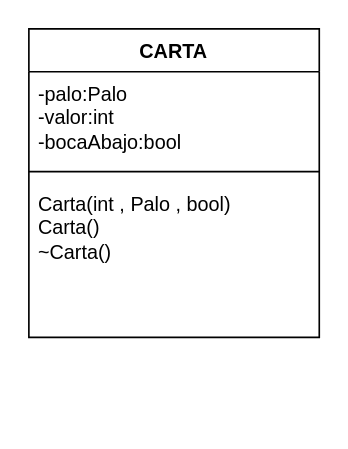
Above: Proyecto p1 Blackjack/Diagrama sin título.drawio in KathSSs/Proyecto-p1-Blackjack (draw.io), before the change. Source tidied: cells renumbered, new cells numbered last; positions are measured from the earlier drawing's top-left corner, leaving out a move shared by most shapes. Both pictures are drawn from the tidied source at 165%, with x=0, y=0 at pixel (28, 28).
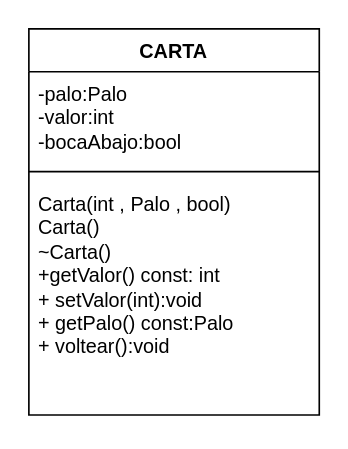
The same page after the edit.

What changed in the source:
```diff
@@
 <mxGraphModel>
   <root>
     <mxCell id="0" />
     <mxCell id="1" parent="0" />
     <mxCell id="2" value="CARTA" style="swimlane;fontStyle=1;align=center;verticalAlign=top;horizontal=1;startSize=26;whiteSpace=wrap;html=1;" parent="1" vertex="1">
-      <mxGeometry width="176" height="187" as="geometry" />
+      <mxGeometry width="176" height="234" as="geometry" />
     </mxCell>
     <mxCell id="3" value="-palo:Palo&lt;br&gt;-valor:int&amp;nbsp;&lt;br&gt;-bocaAbajo:bool" style="text;strokeColor=none;fillColor=none;align=left;verticalAlign=top;spacingLeft=4;spacingRight=4;overflow=hidden;whiteSpace=wrap;html=1;" parent="2" vertex="1">
       <mxGeometry y="26" width="176" height="54" as="geometry" />
     </mxCell>
     <mxCell id="4" style="line;strokeWidth=1;fillColor=none;align=left;verticalAlign=middle;spacingTop=-1;spacingLeft=3;spacingRight=3;labelPosition=right;strokeColor=inherit;" parent="2" vertex="1">
       <mxGeometry y="80" width="176" height="13" as="geometry" />
     </mxCell>
-    <mxCell id="5" value="&lt;div&gt;Carta(int , Palo , bool)&lt;/div&gt;&lt;div&gt;Carta()&lt;/div&gt;&lt;div&gt;~Carta()&lt;/div&gt;" style="text;strokeColor=none;fillColor=none;align=left;verticalAlign=top;spacingLeft=4;spacingRight=4;overflow=hidden;whiteSpace=wrap;html=1;" parent="2" vertex="1">
-      <mxGeometry y="93" width="176" height="94" as="geometry" />
+    <mxCell id="5" value="&lt;div&gt;Carta(int , Palo , bool)&lt;/div&gt;&lt;div&gt;Carta()&lt;/div&gt;&lt;div&gt;~Carta()&lt;/div&gt;&lt;div&gt;&lt;div&gt;+getValor() const: int&amp;nbsp;&lt;/div&gt;&lt;div&gt;+ setValor(int):void&lt;/div&gt;&lt;div&gt;+ getPalo() const:Palo&amp;nbsp;&lt;/div&gt;&lt;div&gt;+ voltear():void&lt;/div&gt;&lt;/div&gt;" style="text;strokeColor=none;fillColor=none;align=left;verticalAlign=top;spacingLeft=4;spacingRight=4;overflow=hidden;whiteSpace=wrap;html=1;" parent="2" vertex="1">
+      <mxGeometry y="93" width="176" height="141" as="geometry" />
     </mxCell>
   </root>
 </mxGraphModel>
```
